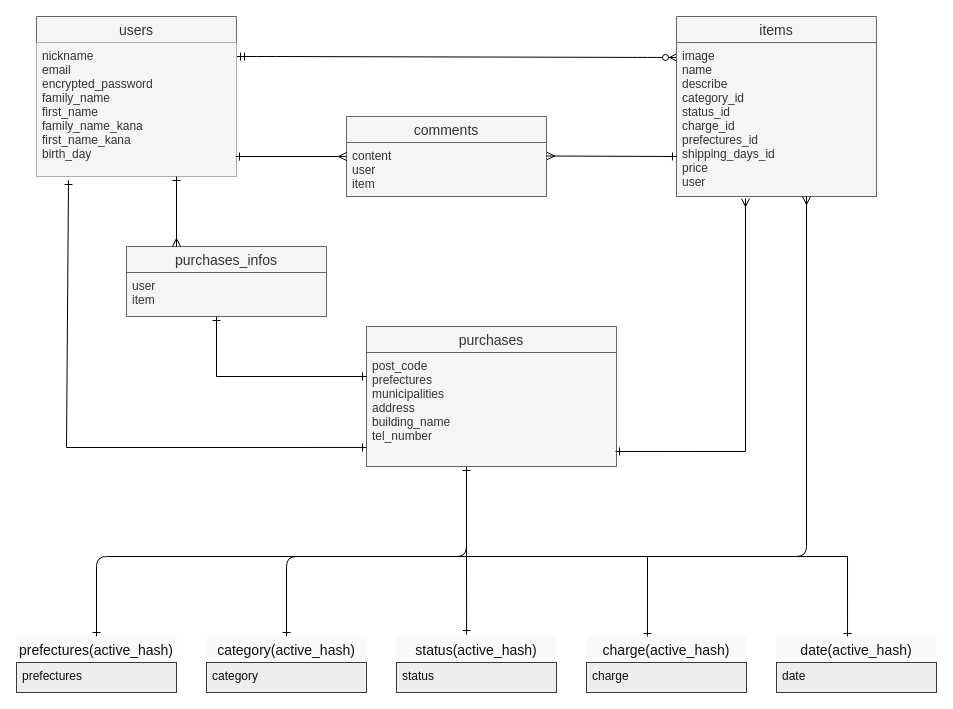
Before: er.dio in TT38294/furima-37409, a draw.io diagram. Source tidied: cells renumbered, new cells numbered last; positions are measured from the earlier drawing's top-left corner, leaving out a move shared by most shapes. Both pictures are drawn from the tidied source at 100%, with x=0, y=0 at pixel (16, 16).
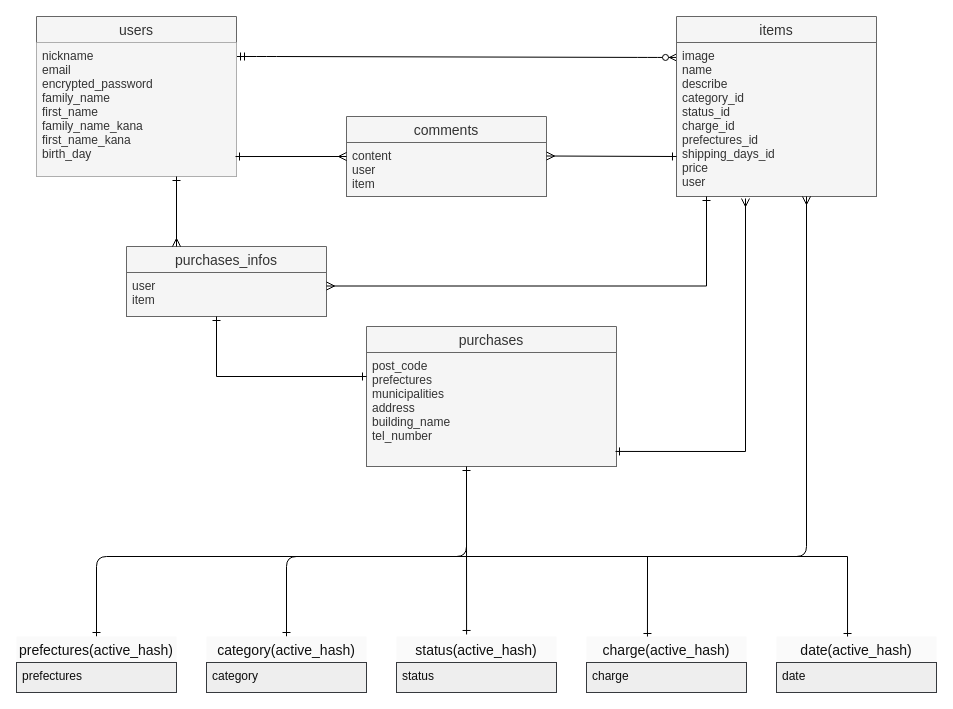
The same page after the edit.

The change refers to these unchanged cells:
```xml
<mxCell id="6" value="post_code&#10;prefectures&#10;municipalities&#10;address&#10;building_name&#10;tel_number" style="text;strokeColor=#666666;fillColor=#f5f5f5;spacingLeft=4;spacingRight=4;overflow=hidden;points=[[0,0.5],[1,0.5]];portConstraint=eastwest;fontSize=12;fontColor=#333333;" parent="5" vertex="1">
  <mxGeometry y="26" width="250" height="114" as="geometry" />
</mxCell>
<mxCell id="8" value="nickname&#10;email&#10;encrypted_password&#10;family_name&#10;first_name&#10;family_name_kana&#10;first_name_kana&#10;birth_day" style="text;strokeColor=none;fillColor=#f5f5f5;spacingLeft=4;spacingRight=4;overflow=hidden;points=[[0,0.5],[1,0.5]];portConstraint=eastwest;fontSize=12;fontColor=#333333;" parent="7" vertex="1">
  <mxGeometry y="26" width="200" height="134" as="geometry" />
</mxCell>
<mxCell id="10" value="image&#10;name&#10;describe&#10;category_id&#10;status_id&#10;charge_id&#10;prefectures_id&#10;shipping_days_id&#10;price&#10;user" style="text;strokeColor=#666666;fillColor=#f5f5f5;spacingLeft=4;spacingRight=4;overflow=hidden;points=[[0,0.5],[1,0.5]];portConstraint=eastwest;fontSize=12;fontColor=#333333;" parent="9" vertex="1">
  <mxGeometry y="26" width="200" height="154" as="geometry" />
</mxCell>
```

Change to the diagram source:
```diff
@@
-    <mxCell id="15" style="endArrow=ERone;html=1;rounded=0;startArrow=ERone;startFill=0;endFill=0;exitX=0.16;exitY=1.03;exitDx=0;exitDy=0;exitPerimeter=0;entryX=0;entryY=0.833;entryDx=0;entryDy=0;entryPerimeter=0;" parent="1" edge="1" source="8" target="6">
-      <mxGeometry relative="1" as="geometry">
-        <Array as="points">
-          <mxPoint x="50" y="431" />
-        </Array>
-      </mxGeometry>
-    </mxCell>
@@
+    <mxCell id="36" style="endArrow=ERone;html=1;rounded=0;fontColor=#0D0D0D;edgeStyle=orthogonalEdgeStyle;entryX=0.15;entryY=1;entryDx=0;entryDy=0;entryPerimeter=0;startArrow=ERmany;startFill=0;endFill=0;" parent="1" edge="1" target="10">
+      <mxGeometry relative="1" as="geometry">
+        <mxPoint x="310" y="269.5" as="sourcePoint" />
+        <Array as="points">
+          <mxPoint x="690" y="270" />
+        </Array>
+      </mxGeometry>
+    </mxCell>
```
